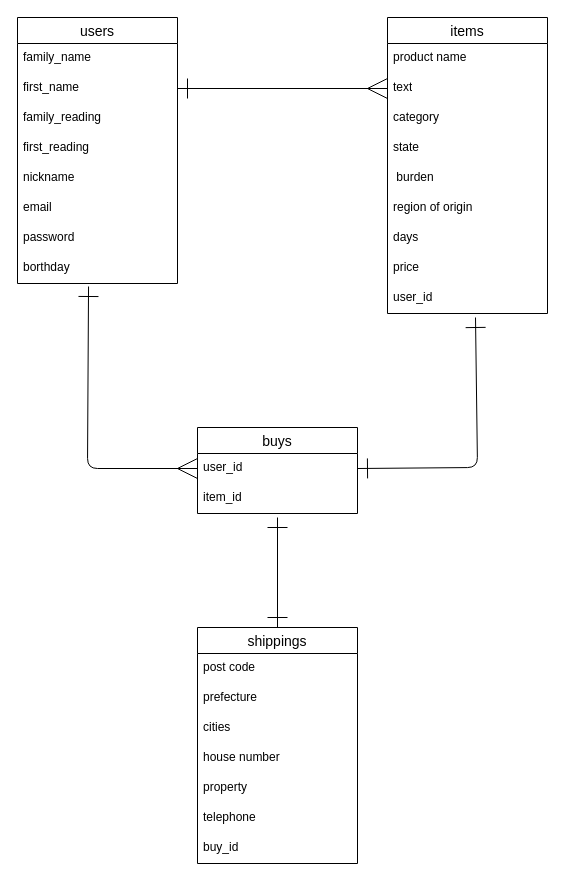
Before: app/views/FURIMA.dio in kojiro-hara/furima-41024, a draw.io diagram. Source tidied: cells renumbered, new cells numbered last; positions are measured from the earlier drawing's top-left corner, leaving out a move shared by most shapes. Both pictures are drawn from the tidied source at 100%, with x=0, y=0 at pixel (17, 17).
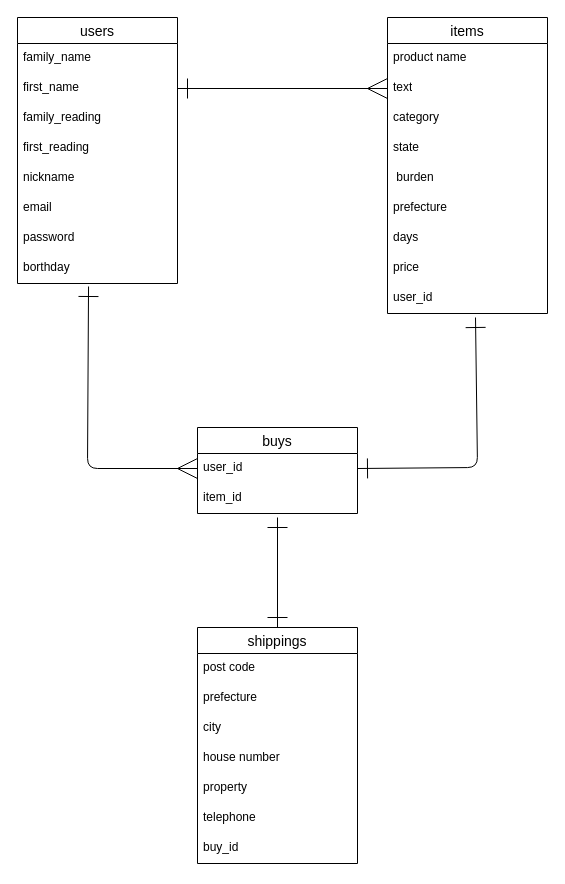
Above is the later version.

Commit message (it also covers changes not shown here):
ER図・README修正

Unchanged cells that the change refers to:
```xml
<mxCell id="11" value="items" style="swimlane;fontStyle=0;horizontal=1;startSize=26;align=center;fontSize=14;" parent="1" vertex="1">
  <mxGeometry x="370" width="160" height="296" as="geometry" />
</mxCell>
<mxCell id="25" value="shippings" style="swimlane;fontStyle=0;horizontal=1;startSize=26;align=center;fontSize=14;" parent="1" vertex="1">
  <mxGeometry x="180" y="610" width="160" height="236" as="geometry" />
</mxCell>
```

What changed in the source:
```diff
@@
-    <mxCell id="17" value="region of origin" style="text;strokeColor=none;fillColor=none;spacingLeft=4;spacingRight=4;overflow=hidden;fontSize=12;whiteSpace=wrap;html=1;" parent="11" vertex="1">
+    <mxCell id="17" value="&lt;span style=&quot;color: rgb(0, 0, 0);&quot;&gt;prefecture&lt;/span&gt;" style="text;strokeColor=none;fillColor=none;spacingLeft=4;spacingRight=4;overflow=hidden;fontSize=12;whiteSpace=wrap;html=1;" parent="11" vertex="1">
       <mxGeometry y="176" width="160" height="30" as="geometry" />
     </mxCell>
@@
-    <mxCell id="28" value="cities&lt;div&gt;&lt;br&gt;&lt;/div&gt;&lt;div&gt;&lt;br&gt;&lt;/div&gt;" style="text;strokeColor=none;fillColor=none;spacingLeft=4;spacingRight=4;overflow=hidden;fontSize=12;whiteSpace=wrap;html=1;" parent="25" vertex="1">
+    <mxCell id="28" value="city&lt;div&gt;&lt;br&gt;&lt;/div&gt;&lt;div&gt;&lt;br&gt;&lt;/div&gt;" style="text;strokeColor=none;fillColor=none;spacingLeft=4;spacingRight=4;overflow=hidden;fontSize=12;whiteSpace=wrap;html=1;" parent="25" vertex="1">
       <mxGeometry y="86" width="160" height="30" as="geometry" />
     </mxCell>
```
